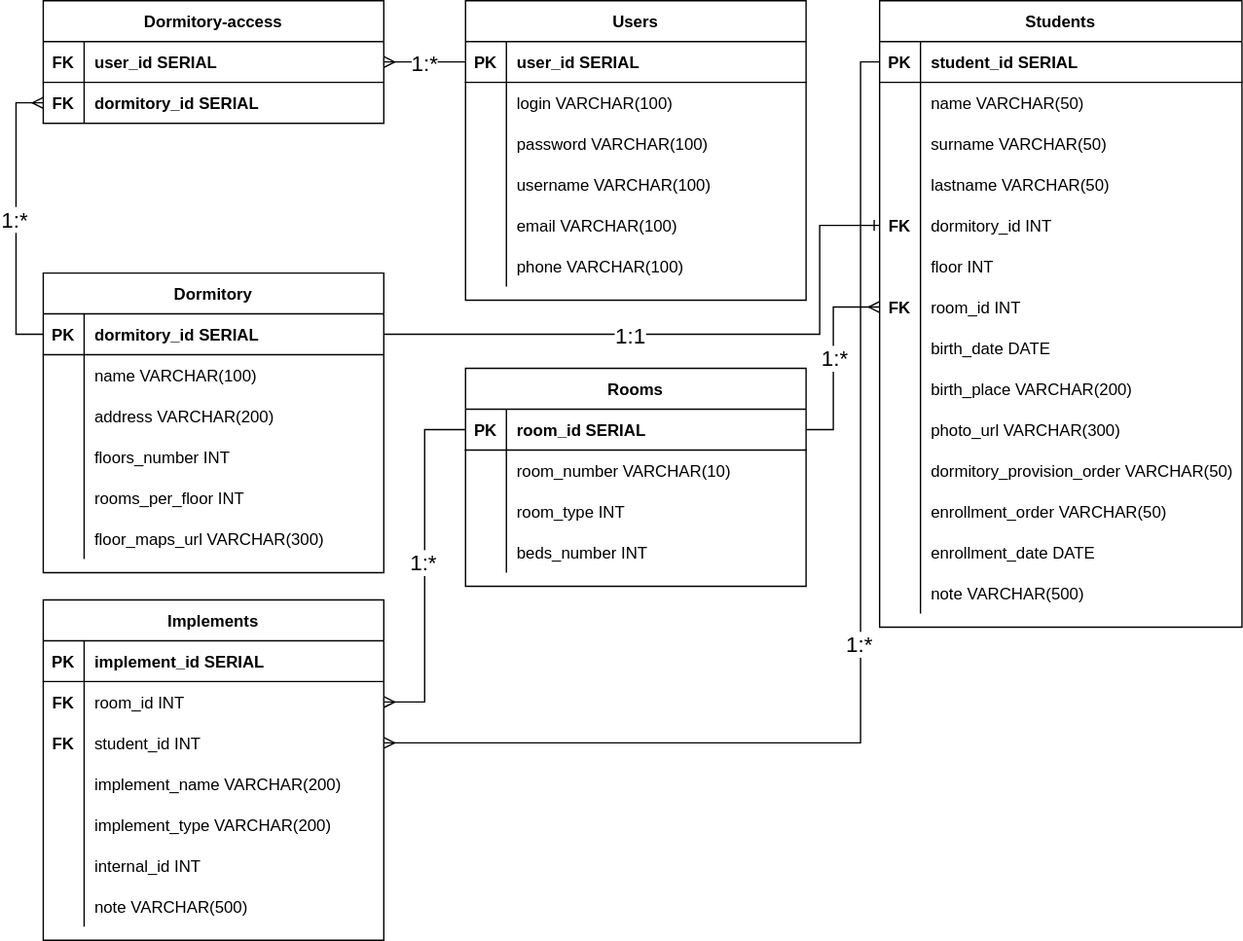
vedrent/dormitory-tracker keeps this draw.io diagram as documentation/Dormitory_erd.drawio.svg. Above is the earlier version. Source tidied: cells renumbered, new cells last; positions are measured from the earlier drawing's top-left corner, leaving out a move shared by most shapes.
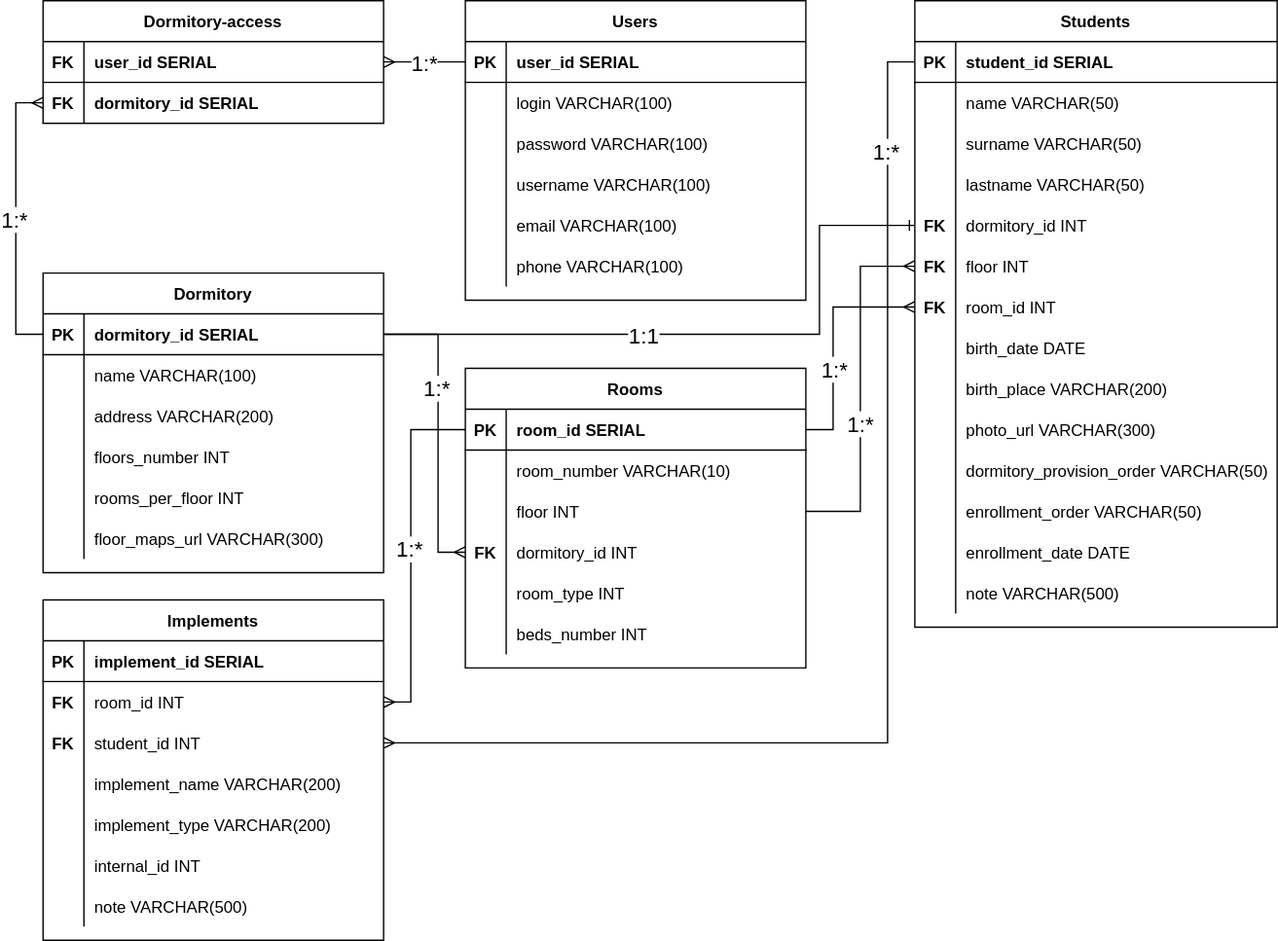
After the change.

Change to the diagram source:
```diff
@@ -3,7 +3,7 @@
     <mxCell id="0" />
     <mxCell id="1" parent="0" />
     <mxCell id="2" value="Students" style="shape=table;startSize=30;rowLines=0;fontStyle=1;align=center;" parent="1" vertex="1">
-      <mxGeometry x="614" width="266" height="460" as="geometry" />
+      <mxGeometry x="640" width="266" height="460" as="geometry" />
     </mxCell>
     <mxCell id="3" style="shape=partialRectangle;fillColor=none;points=[[0,0.5],[1,0.5]];portConstraint=eastwest;top=0;left=0;right=0;bottom=1;" parent="2" vertex="1">
       <mxGeometry y="30" width="266" height="30" as="geometry" />
@@ -53,7 +53,7 @@
     <mxCell id="18" style="shape=partialRectangle;fillColor=none;points=[[0,0.5],[1,0.5]];portConstraint=eastwest;top=0;left=0;right=0;bottom=0;" parent="2" vertex="1">
       <mxGeometry y="180" width="266" height="30" as="geometry" />
     </mxCell>
-    <mxCell id="19" style="shape=partialRectangle;overflow=hidden;fillColor=none;top=0;left=0;bottom=0;right=0;" parent="18" vertex="1">
+    <mxCell id="19" value="FK" style="shape=partialRectangle;overflow=hidden;fillColor=none;top=0;left=0;bottom=0;right=0;fontStyle=1;" parent="18" vertex="1">
       <mxGeometry width="30" height="30" as="geometry" />
     </mxCell>
     <mxCell id="20" value="floor INT" style="shape=partialRectangle;overflow=hidden;fillColor=none;top=0;left=0;bottom=0;right=0;align=left;spacingLeft=6;" parent="18" vertex="1">
@@ -292,7 +292,7 @@
       <mxGeometry y="2" relative="1" as="geometry" />
     </mxCell>
     <mxCell id="96" value="Rooms" style="shape=table;startSize=30;rowLines=0;fontStyle=1;align=center;" parent="1" vertex="1">
-      <mxGeometry x="310" y="270" width="250" height="160" as="geometry" />
+      <mxGeometry x="310" y="270" width="250" height="220" as="geometry" />
     </mxCell>
     <mxCell id="97" style="shape=partialRectangle;fillColor=none;points=[[0,0.5],[1,0.5]];portConstraint=eastwest;top=0;left=0;right=0;bottom=1;" parent="96" vertex="1">
       <mxGeometry y="30" width="250" height="30" as="geometry" />
@@ -312,8 +312,26 @@
     <mxCell id="102" value="room_number VARCHAR(10)" style="shape=partialRectangle;overflow=hidden;fillColor=none;top=0;left=0;bottom=0;right=0;align=left;spacingLeft=6;" parent="100" vertex="1">
       <mxGeometry x="30" width="220" height="30" as="geometry" />
     </mxCell>
+    <mxCell id="137" style="shape=partialRectangle;fillColor=none;points=[[0,0.5],[1,0.5]];portConstraint=eastwest;top=0;left=0;right=0;bottom=0;" parent="96" vertex="1">
+      <mxGeometry y="90" width="250" height="30" as="geometry" />
+    </mxCell>
+    <mxCell id="138" style="shape=partialRectangle;overflow=hidden;fillColor=none;top=0;left=0;bottom=0;right=0;" parent="137" vertex="1">
+      <mxGeometry width="30" height="30" as="geometry" />
+    </mxCell>
+    <mxCell id="139" value="floor INT" style="shape=partialRectangle;overflow=hidden;fillColor=none;top=0;left=0;bottom=0;right=0;align=left;spacingLeft=6;" parent="137" vertex="1">
+      <mxGeometry x="30" width="220" height="30" as="geometry" />
+    </mxCell>
+    <mxCell id="140" style="shape=partialRectangle;fillColor=none;points=[[0,0.5],[1,0.5]];portConstraint=eastwest;top=0;left=0;right=0;bottom=0;" parent="96" vertex="1">
+      <mxGeometry y="120" width="250" height="30" as="geometry" />
+    </mxCell>
+    <mxCell id="141" value="FK" style="shape=partialRectangle;overflow=hidden;fillColor=none;top=0;left=0;bottom=0;right=0;fontStyle=1;" parent="140" vertex="1">
+      <mxGeometry width="30" height="30" as="geometry" />
+    </mxCell>
+    <mxCell id="142" value="dormitory_id INT" style="shape=partialRectangle;overflow=hidden;fillColor=none;top=0;left=0;bottom=0;right=0;align=left;spacingLeft=6;" parent="140" vertex="1">
+      <mxGeometry x="30" width="220" height="30" as="geometry" />
+    </mxCell>
     <mxCell id="103" style="shape=partialRectangle;fillColor=none;top=0;left=0;right=0;bottom=0;" parent="96" vertex="1">
-      <mxGeometry y="90" width="250" height="30" as="geometry" />
+      <mxGeometry y="150" width="250" height="30" as="geometry" />
     </mxCell>
     <mxCell id="104" style="shape=partialRectangle;overflow=hidden;fillColor=none;top=0;left=0;bottom=0;right=0;" parent="103" vertex="1">
       <mxGeometry width="30" height="30" as="geometry" />
@@ -322,7 +340,7 @@
       <mxGeometry x="30" width="220" height="30" as="geometry" />
     </mxCell>
     <mxCell id="106" style="shape=partialRectangle;fillColor=none;top=0;left=0;right=0;bottom=0;" parent="96" vertex="1">
-      <mxGeometry y="120" width="250" height="30" as="geometry" />
+      <mxGeometry y="180" width="250" height="30" as="geometry" />
     </mxCell>
     <mxCell id="107" style="shape=partialRectangle;overflow=hidden;fillColor=none;top=0;left=0;bottom=0;right=0;" parent="106" vertex="1">
       <mxGeometry width="30" height="30" as="geometry" />
@@ -339,7 +357,9 @@
       </mxGeometry>
     </mxCell>
     <mxCell id="110" value="&lt;font style=&quot;font-size: 16px;&quot;&gt;1:*&lt;/font&gt;" style="edgeLabel;html=1;align=center;verticalAlign=middle;" parent="109" vertex="1">
-      <mxGeometry x="0.02" relative="1" as="geometry" />
+      <mxGeometry x="0.02" relative="1" as="geometry">
+        <mxPoint y="21" as="offset" />
+      </mxGeometry>
     </mxCell>
     <mxCell id="111" value="Implements" style="shape=table;startSize=30;rowLines=0;fontStyle=1;align=center;" parent="1" vertex="1">
       <mxGeometry y="440" width="250" height="250" as="geometry" />
@@ -408,7 +428,12 @@
       <mxGeometry x="30" width="220" height="30" as="geometry" />
     </mxCell>
     <mxCell id="133" style="edgeStyle=orthogonalEdgeStyle;rounded=0;jettySize=auto;html=1;exitX=0;exitY=0.5;exitDx=0;exitDy=0;entryX=1;entryY=0.5;entryDx=0;entryDy=0;endArrow=ERmany;endFill=0;" parent="1" edge="1" source="97" target="115">
-      <mxGeometry relative="1" as="geometry" />
+      <mxGeometry relative="1" as="geometry">
+        <Array as="points">
+          <mxPoint x="270" y="315" />
+          <mxPoint x="270" y="515" />
+        </Array>
+      </mxGeometry>
     </mxCell>
     <mxCell id="134" value="&lt;font style=&quot;font-size: 16px;&quot;&gt;1:*&lt;/font&gt;" style="edgeLabel;html=1;align=center;verticalAlign=middle;" parent="133" vertex="1">
       <mxGeometry x="-0.03" y="-2" relative="1" as="geometry" />
@@ -416,13 +441,32 @@
     <mxCell id="135" style="edgeStyle=orthogonalEdgeStyle;rounded=0;jettySize=auto;html=1;exitX=0;exitY=0.5;exitDx=0;exitDy=0;entryX=1;entryY=0.5;entryDx=0;entryDy=0;endArrow=ERmany;endFill=0;" parent="1" edge="1" source="3" target="118">
       <mxGeometry relative="1" as="geometry">
         <Array as="points">
-          <mxPoint x="600" y="45" />
-          <mxPoint x="600" y="545" />
+          <mxPoint x="620" y="45" />
+          <mxPoint x="620" y="545" />
         </Array>
       </mxGeometry>
     </mxCell>
     <mxCell id="136" value="&lt;font style=&quot;font-size: 16px;&quot;&gt;1:*&lt;/font&gt;" style="edgeLabel;html=1;align=center;verticalAlign=middle;" parent="135" vertex="1">
-      <mxGeometry x="0.02" y="-2" relative="1" as="geometry" />
+      <mxGeometry x="0.02" y="-2" relative="1" as="geometry">
+        <mxPoint y="-369" as="offset" />
+      </mxGeometry>
     </mxCell>
+    <mxCell id="143" style="edgeStyle=orthogonalEdgeStyle;rounded=0;jettySize=auto;html=1;exitX=1;exitY=0.5;exitDx=0;exitDy=0;entryX=0;entryY=0.5;entryDx=0;entryDy=0;endArrow=ERmany;endFill=0;" parent="1" edge="1" source="65" target="140">
+      <mxGeometry relative="1" as="geometry">
+        <Array as="points">
+          <mxPoint x="290" y="245" />
+          <mxPoint x="290" y="405" />
+        </Array>
+      </mxGeometry>
+    </mxCell>
+    <mxCell id="144" value="&lt;font style=&quot;font-size: 16px;&quot;&gt;1:*&lt;/font&gt;" style="edgeLabel;html=1;align=center;verticalAlign=middle;" parent="143" vertex="1">
+      <mxGeometry x="-0.28" y="-2" relative="1" as="geometry" />
+    </mxCell>
+    <mxCell id="145" style="edgeStyle=orthogonalEdgeStyle;rounded=0;jettySize=auto;html=1;exitX=1;exitY=0.5;exitDx=0;exitDy=0;entryX=0;entryY=0.5;entryDx=0;entryDy=0;endArrow=ERmany;endFill=0;" parent="1" edge="1" source="137" target="18">
+      <mxGeometry relative="1" as="geometry" />
+    </mxCell>
+    <mxCell id="146" value="&lt;font style=&quot;font-size: 16px;&quot;&gt;1:*&lt;/font&gt;" style="edgeLabel;html=1;align=center;verticalAlign=middle;" parent="145" vertex="1">
+      <mxGeometry x="-0.19" y="1" relative="1" as="geometry" />
+    </mxCell>
   </root>
 </mxGraphModel>
```
